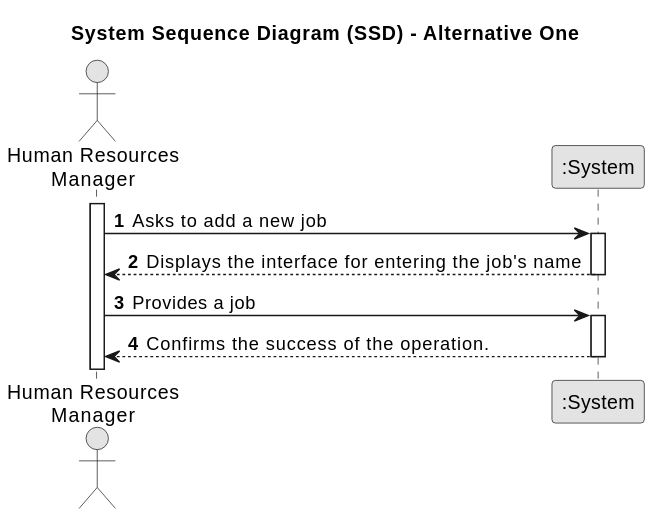
This is docs/sprintB/us002/01.requirements-engineering/svg/us002-system-sequence-diagram-alternative-one-System_Sequence_Diagram__SSD____Alternative_One.svg from SAEmanuel/Green_Spaces_Management_ISEP, a PlantUML export, as it was before one commit.
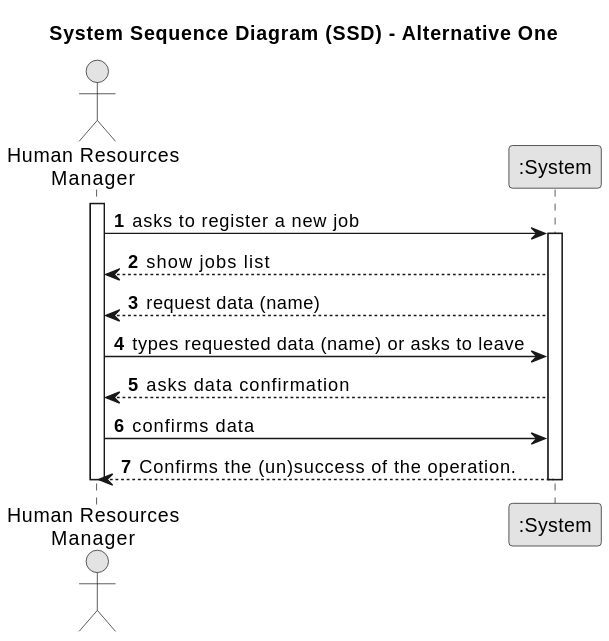
After the commit.

Commit message:
US2 - design full diagram and ssd update

What changed in the source:
```diff
@@ -13,15 +13,17 @@
 activate HRM
 
 
-     HRM -> System : Asks to add a new job
+     HRM -> System : asks to register a new job
     activate System
 
-        System --> HRM : Displays the interface for entering the job's name
+    System --> HRM :  show jobs list
+    System --> HRM :  request data (name)
+    HRM -> System : types requested data (name) or asks to leave
+    System --> HRM : asks data confirmation
+    HRM -> System : confirms data
+    System --> HRM : Confirms the (un)success of the operation.
+
+
     deactivate System
-
-        HRM -> System : Provides a job
-    activate System
-
-        System --> HRM : Confirms the success of the operation.
-    deactivate System
+    deactivate HRM
 @enduml
```
